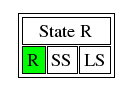
spurious/ThreadSanitizer-mirror keeps this Graphviz diagram as msm/legend_r.png. Above is the earlier version. Its source is kept beside it as msm/legend_r.dot.
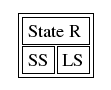
After the change.

The edit, as a diff of the source:
```diff
@@ -1,8 +1,7 @@
 digraph msm1{
   zw [shape=plaintext label=<<TABLE BGCOLOR="white"> <tr>
-        <td colspan="3">State R</td>
+        <td colspan="2">State R</td>
       </tr> <tr>
-        <td bgcolor='green'>R</td>
         <td>SS</td>
         <td>LS</td>
       </tr> </TABLE>>
```
